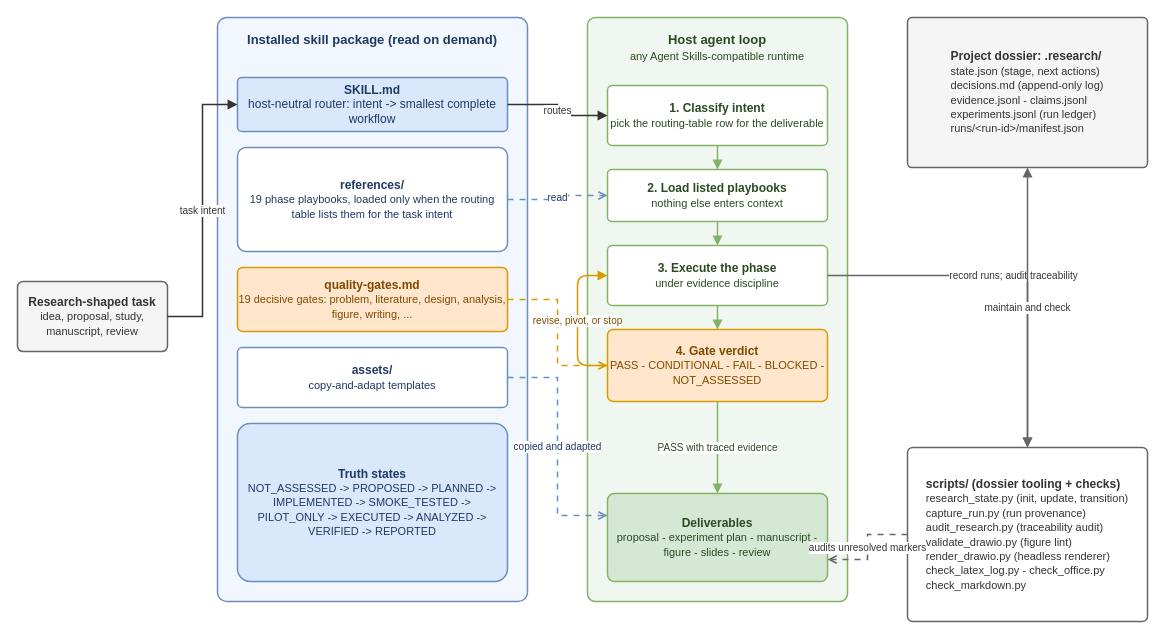
Before: figures/fig-001-skill-architecture.drawio in honghuy127/cs-ai-research-skills, a draw.io diagram. Source tidied: cells renumbered, new cells numbered last; positions are measured from the earlier drawing's top-left corner, leaving out a move shared by most shapes. Both pictures are drawn from the tidied source at 100%, with x=0, y=0 at pixel (17, 17).
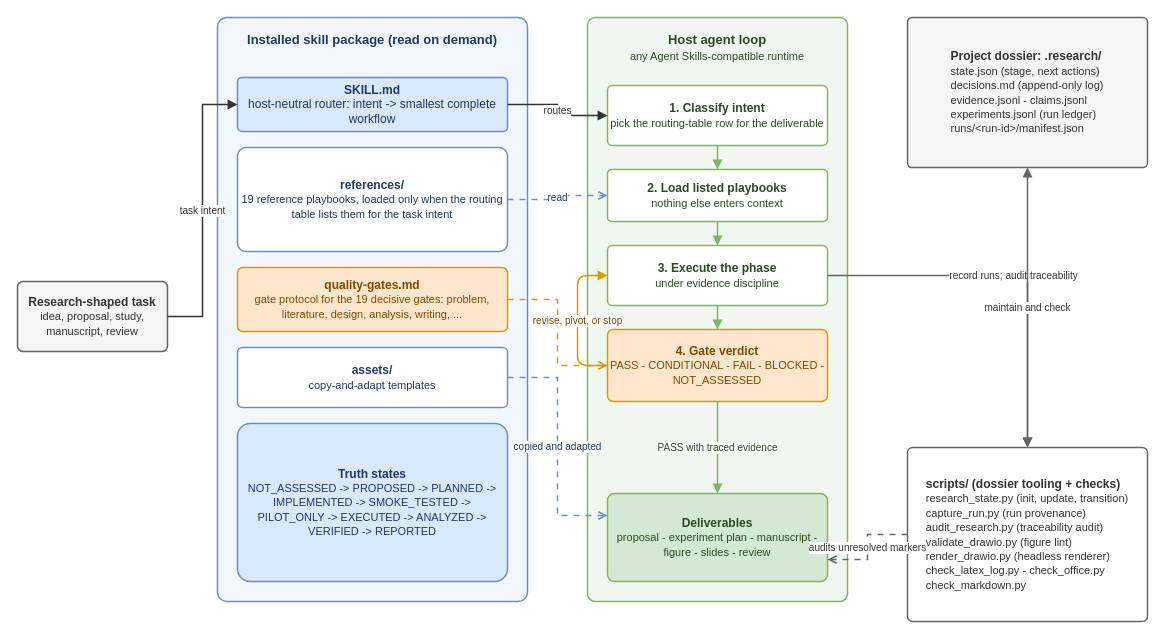
After the change.

What changed in the source:
```diff
@@
-    <mxCell id="4" value="&lt;b&gt;references/&lt;/b&gt;&lt;br&gt;&lt;font style=&quot;font-size:11px&quot;&gt;19 phase playbooks, loaded only when the routing table lists them for the task intent&lt;/font&gt;" style="rounded=1;whiteSpace=wrap;html=1;fillColor=#FFFFFF;strokeColor=#6C8EBF;fontSize=12;fontColor=#1F3864;arcSize=8;strokeWidth=1.5;align=center;verticalAlign=middle;" parent="1" vertex="1">
+    <mxCell id="4" value="&lt;b&gt;references/&lt;/b&gt;&lt;br&gt;&lt;font style=&quot;font-size:11px&quot;&gt;19 reference playbooks, loaded only when the routing table lists them for the task intent&lt;/font&gt;" style="rounded=1;whiteSpace=wrap;html=1;fillColor=#FFFFFF;strokeColor=#6C8EBF;fontSize=12;fontColor=#1F3864;arcSize=8;strokeWidth=1.5;align=center;verticalAlign=middle;" parent="1" vertex="1">
       <mxGeometry x="220" y="130" width="270" height="104" as="geometry" />
     </mxCell>
-    <mxCell id="5" value="&lt;b&gt;quality-gates.md&lt;/b&gt;&lt;br&gt;&lt;font style=&quot;font-size:11px&quot;&gt;19 decisive gates: problem, literature, design, analysis, figure, writing, ...&lt;/font&gt;" style="rounded=1;whiteSpace=wrap;html=1;fillColor=#FFE6CC;strokeColor=#D79B00;fontSize=12;fontColor=#7F4A00;arcSize=8;strokeWidth=1.5;align=center;verticalAlign=middle;" parent="1" vertex="1">
+    <mxCell id="5" value="&lt;b&gt;quality-gates.md&lt;/b&gt;&lt;br&gt;&lt;font style=&quot;font-size:11px&quot;&gt;gate protocol for the 19 decisive gates: problem, literature, design, analysis, writing, ...&lt;/font&gt;" style="rounded=1;whiteSpace=wrap;html=1;fillColor=#FFE6CC;strokeColor=#D79B00;fontSize=12;fontColor=#7F4A00;arcSize=8;strokeWidth=1.5;align=center;verticalAlign=middle;" parent="1" vertex="1">
       <mxGeometry x="220" y="250" width="270" height="64" as="geometry" />
     </mxCell>
```
